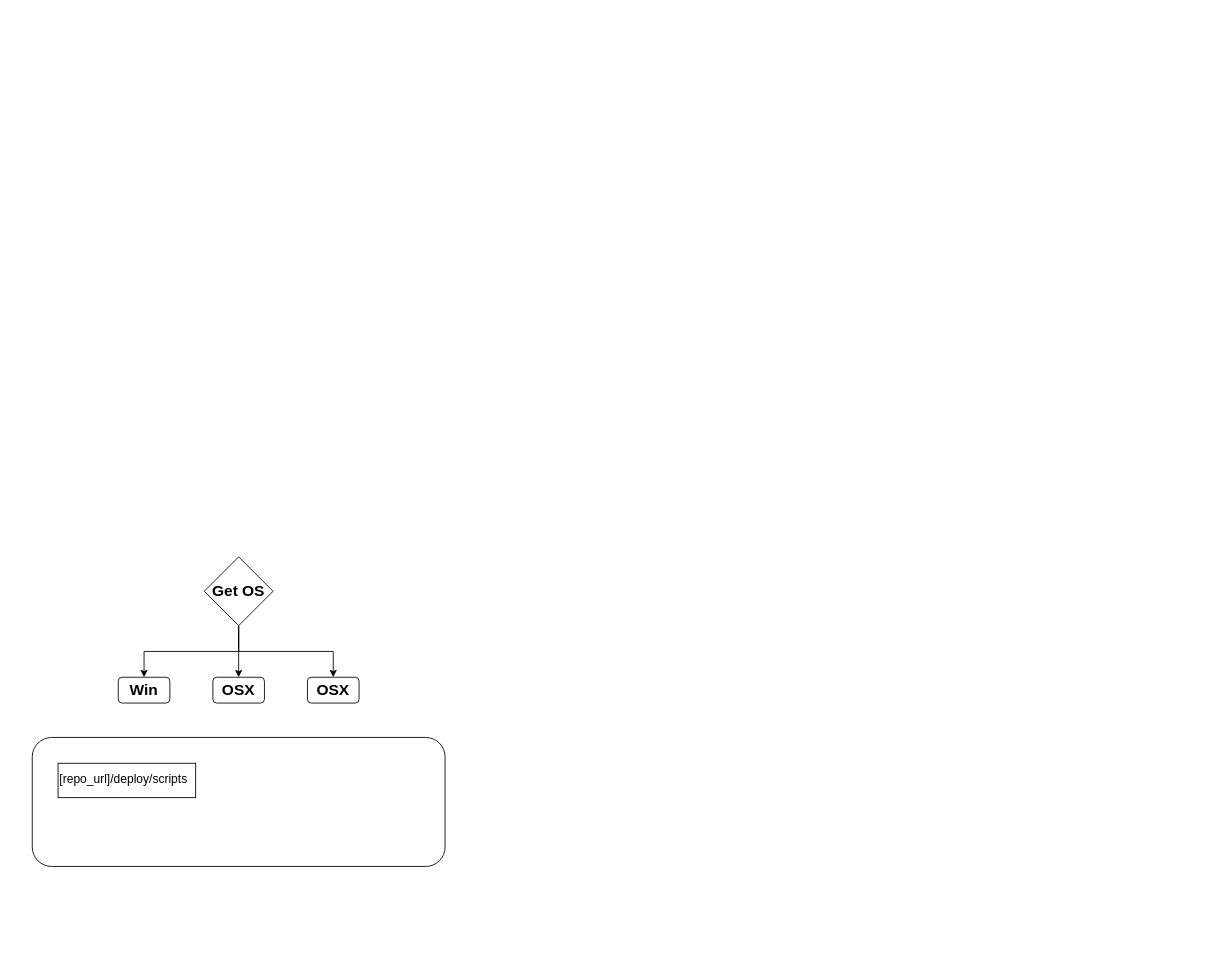
The draw.io diagram draw.io/DeploymentMethodology.drawio in jay13jay/Diagrams, before the edit. Source tidied: cells renumbered, new cells numbered last; positions are measured from the earlier drawing's top-left corner, leaving out a move shared by most shapes. Both pictures are drawn from the tidied source at 86%, with x=0, y=0 at pixel (32, 556).
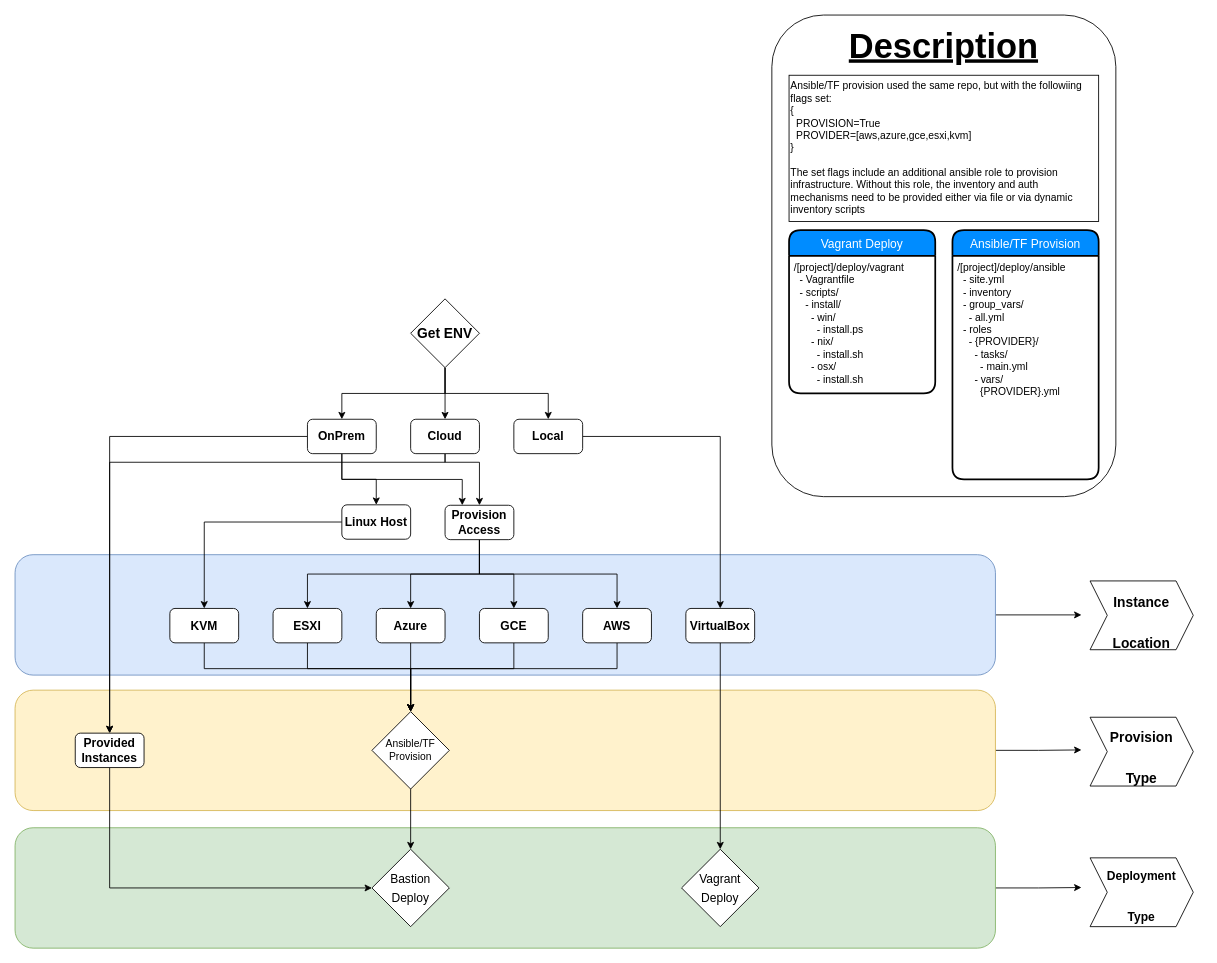
The same page after the edit.

The edit, as a diff of the source:
```diff
@@
-    <mxCell id="2" style="rounded=1;whiteSpace=wrap;html=1;fontSize=18;" parent="1" vertex="1">
-      <mxGeometry y="210" width="480" height="150" as="geometry" />
-    </mxCell>
-    <mxCell id="3" style="edgeStyle=orthogonalEdgeStyle;rounded=0;jettySize=auto;html=1;exitX=0.5;exitY=1;exitDx=0;exitDy=0;entryX=0.5;entryY=0;entryDx=0;entryDy=0;fontSize=18;" parent="1" edge="1" source="6" target="7">
-      <mxGeometry relative="1" as="geometry" />
-    </mxCell>
-    <mxCell id="4" style="edgeStyle=orthogonalEdgeStyle;rounded=0;jettySize=auto;html=1;exitX=0.5;exitY=1;exitDx=0;exitDy=0;entryX=0.5;entryY=0;entryDx=0;entryDy=0;fontSize=18;" parent="1" edge="1" source="6" target="8">
-      <mxGeometry relative="1" as="geometry" />
-    </mxCell>
-    <mxCell id="5" style="edgeStyle=orthogonalEdgeStyle;rounded=0;jettySize=auto;html=1;exitX=0.5;exitY=1;exitDx=0;exitDy=0;entryX=0.5;entryY=0;entryDx=0;entryDy=0;fontSize=18;" parent="1" edge="1" source="6" target="9">
-      <mxGeometry relative="1" as="geometry" />
-    </mxCell>
-    <mxCell id="6" value="&lt;font style=&quot;font-size: 18px&quot;&gt;Get OS&lt;br style=&quot;font-size: 18px;&quot;&gt;&lt;/font&gt;" style="rhombus;whiteSpace=wrap;html=1;fontSize=18;fontStyle=1;" parent="1" vertex="1">
-      <mxGeometry x="200" width="80" height="80" as="geometry" />
-    </mxCell>
-    <mxCell id="7" value="&lt;font style=&quot;font-size: 18px&quot;&gt;Win&lt;/font&gt;" style="rounded=1;whiteSpace=wrap;html=1;fontSize=18;fontStyle=1;" parent="1" vertex="1">
-      <mxGeometry x="100" y="140" width="60" height="30" as="geometry" />
-    </mxCell>
-    <mxCell id="8" value="&lt;font style=&quot;font-size: 18px;&quot;&gt;OSX&lt;/font&gt;" style="rounded=1;whiteSpace=wrap;html=1;fontSize=18;fontStyle=1;" parent="1" vertex="1">
-      <mxGeometry x="210" y="140" width="60" height="30" as="geometry" />
-    </mxCell>
-    <mxCell id="9" value="&lt;font style=&quot;font-size: 18px;&quot;&gt;OSX&lt;/font&gt;" style="rounded=1;whiteSpace=wrap;html=1;fontSize=18;fontStyle=1;" parent="1" vertex="1">
-      <mxGeometry x="320" y="140" width="60" height="30" as="geometry" />
-    </mxCell>
-    <mxCell id="10" value="&lt;font style=&quot;font-size: 14px&quot;&gt;[repo_url]&lt;/font&gt;&lt;font style=&quot;font-size: 14px&quot;&gt;/deploy/scripts&lt;/font&gt;" style="rounded=0;whiteSpace=wrap;html=1;fontSize=18;verticalAlign=top;align=left;" parent="1" vertex="1">
-      <mxGeometry x="30" y="240" width="160" height="40" as="geometry" />
-    </mxCell>
+    <mxCell id="11" style="edgeStyle=orthogonalEdgeStyle;rounded=0;jettySize=auto;html=1;exitX=1;exitY=0.5;exitDx=0;exitDy=0;entryX=0;entryY=0.5;entryDx=0;entryDy=0;fontSize=40;" parent="1" edge="1" source="12" target="63">
+      <mxGeometry relative="1" as="geometry" />
+    </mxCell>
+    <mxCell id="12" style="rounded=1;whiteSpace=wrap;html=1;fontSize=40;align=left;fillColor=#dae8fc;strokeColor=#6c8ebf;" parent="1" vertex="1">
+      <mxGeometry x="-20" y="-2.5" width="1140" height="140" as="geometry" />
+    </mxCell>
+    <mxCell id="13" style="edgeStyle=orthogonalEdgeStyle;rounded=0;jettySize=auto;html=1;exitX=1;exitY=0.5;exitDx=0;exitDy=0;entryX=0;entryY=0.5;entryDx=0;entryDy=0;fontSize=40;" parent="1" edge="1" source="14" target="65">
+      <mxGeometry relative="1" as="geometry" />
+    </mxCell>
+    <mxCell id="14" style="rounded=1;whiteSpace=wrap;html=1;fontSize=40;align=left;fillColor=#fff2cc;strokeColor=#d6b656;" parent="1" vertex="1">
+      <mxGeometry x="-20" y="155" width="1140" height="140" as="geometry" />
+    </mxCell>
+    <mxCell id="15" style="edgeStyle=orthogonalEdgeStyle;rounded=0;jettySize=auto;html=1;exitX=1;exitY=0.5;exitDx=0;exitDy=0;entryX=0;entryY=0.5;entryDx=0;entryDy=0;fontSize=40;" parent="1" edge="1" source="16" target="67">
+      <mxGeometry relative="1" as="geometry" />
+    </mxCell>
+    <mxCell id="16" style="rounded=1;whiteSpace=wrap;html=1;fontSize=40;align=left;fillColor=#d5e8d4;strokeColor=#82b366;" parent="1" vertex="1">
+      <mxGeometry x="-20" y="315" width="1140" height="140" as="geometry" />
+    </mxCell>
+    <mxCell id="17" style="rounded=1;whiteSpace=wrap;html=1;fontSize=12;align=left;" parent="1" vertex="1">
+      <mxGeometry x="860" y="-630" width="400" height="560" as="geometry" />
+    </mxCell>
+    <mxCell id="18" style="edgeStyle=orthogonalEdgeStyle;rounded=0;jettySize=auto;html=1;exitX=0.5;exitY=1;exitDx=0;exitDy=0;entryX=0.5;entryY=0;entryDx=0;entryDy=0;fontSize=18;" parent="1" edge="1" source="21" target="25">
+      <mxGeometry relative="1" as="geometry" />
+    </mxCell>
+    <mxCell id="19" style="edgeStyle=orthogonalEdgeStyle;rounded=0;jettySize=auto;html=1;exitX=0.5;exitY=1;exitDx=0;exitDy=0;entryX=0.5;entryY=0;entryDx=0;entryDy=0;fontSize=18;" parent="1" edge="1" source="21" target="28">
+      <mxGeometry relative="1" as="geometry" />
+    </mxCell>
+    <mxCell id="20" style="edgeStyle=orthogonalEdgeStyle;rounded=0;jettySize=auto;html=1;exitX=0.5;exitY=1;exitDx=0;exitDy=0;entryX=0.5;entryY=0;entryDx=0;entryDy=0;fontSize=18;" parent="1" edge="1" source="21" target="30">
+      <mxGeometry relative="1" as="geometry" />
+    </mxCell>
+    <mxCell id="21" value="&lt;font style=&quot;font-size: 16px&quot;&gt;Get ENV&lt;br&gt;&lt;/font&gt;" style="rhombus;whiteSpace=wrap;html=1;fontSize=18;fontStyle=1;" parent="1" vertex="1">
+      <mxGeometry x="440" y="-300" width="80" height="80" as="geometry" />
+    </mxCell>
+    <mxCell id="22" style="edgeStyle=orthogonalEdgeStyle;rounded=0;jettySize=auto;html=1;exitX=0.5;exitY=1;exitDx=0;exitDy=0;entryX=0.25;entryY=0;entryDx=0;entryDy=0;fontSize=40;" parent="1" edge="1" source="25" target="37">
+      <mxGeometry relative="1" as="geometry" />
+    </mxCell>
+    <mxCell id="23" style="edgeStyle=orthogonalEdgeStyle;rounded=0;jettySize=auto;html=1;exitX=0.5;exitY=1;exitDx=0;exitDy=0;entryX=0.5;entryY=0;entryDx=0;entryDy=0;fontSize=40;" parent="1" edge="1" source="25" target="49">
+      <mxGeometry relative="1" as="geometry" />
+    </mxCell>
+    <mxCell id="24" style="edgeStyle=orthogonalEdgeStyle;rounded=0;jettySize=auto;html=1;exitX=0;exitY=0.5;exitDx=0;exitDy=0;entryX=0.5;entryY=0;entryDx=0;entryDy=0;fontSize=40;" parent="1" edge="1" source="25" target="32">
+      <mxGeometry relative="1" as="geometry" />
+    </mxCell>
+    <mxCell id="25" value="OnPrem" style="rounded=1;whiteSpace=wrap;html=1;fontSize=14;fontStyle=1;" parent="1" vertex="1">
+      <mxGeometry x="320" y="-160" width="80" height="40" as="geometry" />
+    </mxCell>
+    <mxCell id="26" style="edgeStyle=orthogonalEdgeStyle;rounded=0;jettySize=auto;html=1;entryX=0.5;entryY=0;entryDx=0;entryDy=0;fontSize=40;" parent="1" edge="1" target="32">
+      <mxGeometry relative="1" as="geometry">
+        <mxPoint x="480" y="-120" as="sourcePoint" />
+        <Array as="points">
+          <mxPoint x="480" y="-120" />
+          <mxPoint x="480" y="-110" />
+          <mxPoint x="226" y="-110" />
+        </Array>
+      </mxGeometry>
+    </mxCell>
+    <mxCell id="27" style="edgeStyle=orthogonalEdgeStyle;rounded=0;jettySize=auto;html=1;exitX=0.5;exitY=1;exitDx=0;exitDy=0;entryX=0.5;entryY=0;entryDx=0;entryDy=0;fontSize=40;" parent="1" edge="1" source="28" target="37">
+      <mxGeometry relative="1" as="geometry">
+        <Array as="points">
+          <mxPoint x="480" y="-110" />
+          <mxPoint x="520" y="-110" />
+        </Array>
+      </mxGeometry>
+    </mxCell>
+    <mxCell id="28" value="Cloud" style="rounded=1;whiteSpace=wrap;html=1;fontSize=14;fontStyle=1;" parent="1" vertex="1">
+      <mxGeometry x="440" y="-160" width="80" height="40" as="geometry" />
+    </mxCell>
+    <mxCell id="29" style="edgeStyle=orthogonalEdgeStyle;rounded=0;jettySize=auto;html=1;exitX=1;exitY=0.5;exitDx=0;exitDy=0;entryX=0.5;entryY=0;entryDx=0;entryDy=0;fontSize=40;" parent="1" edge="1" source="30" target="39">
+      <mxGeometry relative="1" as="geometry" />
+    </mxCell>
+    <mxCell id="30" value="Local" style="rounded=1;whiteSpace=wrap;html=1;fontSize=14;fontStyle=1;" parent="1" vertex="1">
+      <mxGeometry x="560" y="-160" width="80" height="40" as="geometry" />
+    </mxCell>
+    <mxCell id="31" style="edgeStyle=orthogonalEdgeStyle;rounded=0;jettySize=auto;html=1;exitX=0.5;exitY=1;exitDx=0;exitDy=0;entryX=0;entryY=0.5;entryDx=0;entryDy=0;fontSize=40;" parent="1" edge="1" source="32" target="55">
+      <mxGeometry relative="1" as="geometry" />
+    </mxCell>
+    <mxCell id="32" value="Provided Instances" style="rounded=1;whiteSpace=wrap;html=1;fontSize=14;fontStyle=1;" parent="1" vertex="1">
+      <mxGeometry x="50" y="205" width="80" height="40" as="geometry" />
+    </mxCell>
+    <mxCell id="33" style="edgeStyle=orthogonalEdgeStyle;rounded=0;jettySize=auto;html=1;exitX=0.5;exitY=1;exitDx=0;exitDy=0;entryX=0.5;entryY=0;entryDx=0;entryDy=0;fontSize=13;" parent="1" edge="1" source="37" target="47">
+      <mxGeometry relative="1" as="geometry" />
+    </mxCell>
+    <mxCell id="34" style="edgeStyle=orthogonalEdgeStyle;rounded=0;jettySize=auto;html=1;fontSize=13;" parent="1" edge="1" source="37" target="43">
+      <mxGeometry relative="1" as="geometry" />
+    </mxCell>
+    <mxCell id="35" style="edgeStyle=orthogonalEdgeStyle;rounded=0;jettySize=auto;html=1;exitX=0.5;exitY=1;exitDx=0;exitDy=0;entryX=0.5;entryY=0;entryDx=0;entryDy=0;fontSize=13;" parent="1" edge="1" source="37" target="41">
+      <mxGeometry relative="1" as="geometry" />
+    </mxCell>
+    <mxCell id="36" style="edgeStyle=orthogonalEdgeStyle;rounded=0;jettySize=auto;html=1;exitX=0.5;exitY=1;exitDx=0;exitDy=0;entryX=0.5;entryY=0;entryDx=0;entryDy=0;fontSize=13;" parent="1" edge="1" source="37" target="45">
+      <mxGeometry relative="1" as="geometry" />
+    </mxCell>
+    <mxCell id="37" value="Provision Access" style="rounded=1;whiteSpace=wrap;html=1;fontSize=14;fontStyle=1;" parent="1" vertex="1">
+      <mxGeometry x="480" y="-60" width="80" height="40" as="geometry" />
+    </mxCell>
+    <mxCell id="38" style="edgeStyle=orthogonalEdgeStyle;rounded=0;jettySize=auto;html=1;exitX=0.5;exitY=1;exitDx=0;exitDy=0;entryX=0.5;entryY=0;entryDx=0;entryDy=0;fontSize=40;" parent="1" edge="1" source="39" target="52">
+      <mxGeometry relative="1" as="geometry" />
+    </mxCell>
+    <mxCell id="39" value="VirtualBox" style="rounded=1;whiteSpace=wrap;html=1;fontSize=14;fontStyle=1;" parent="1" vertex="1">
+      <mxGeometry x="760" y="60" width="80" height="40" as="geometry" />
+    </mxCell>
+    <mxCell id="40" style="edgeStyle=orthogonalEdgeStyle;rounded=0;jettySize=auto;html=1;exitX=0.5;exitY=1;exitDx=0;exitDy=0;entryX=0.5;entryY=0;entryDx=0;entryDy=0;fontSize=40;" parent="1" edge="1" source="41" target="57">
+      <mxGeometry relative="1" as="geometry">
+        <Array as="points">
+          <mxPoint x="680" y="130" />
+          <mxPoint x="440" y="130" />
+        </Array>
+      </mxGeometry>
+    </mxCell>
+    <mxCell id="41" value="AWS" style="rounded=1;whiteSpace=wrap;html=1;fontSize=14;fontStyle=1;" parent="1" vertex="1">
+      <mxGeometry x="640" y="60" width="80" height="40" as="geometry" />
+    </mxCell>
+    <mxCell id="42" style="edgeStyle=orthogonalEdgeStyle;rounded=0;jettySize=auto;html=1;exitX=0.5;exitY=1;exitDx=0;exitDy=0;entryX=0.5;entryY=0;entryDx=0;entryDy=0;fontSize=40;" parent="1" edge="1" source="43" target="57">
+      <mxGeometry relative="1" as="geometry">
+        <Array as="points">
+          <mxPoint x="560" y="130" />
+          <mxPoint x="440" y="130" />
+        </Array>
+      </mxGeometry>
+    </mxCell>
+    <mxCell id="43" value="GCE" style="rounded=1;whiteSpace=wrap;html=1;fontSize=14;fontStyle=1;" parent="1" vertex="1">
+      <mxGeometry x="520" y="60" width="80" height="40" as="geometry" />
+    </mxCell>
+    <mxCell id="44" style="edgeStyle=orthogonalEdgeStyle;rounded=0;jettySize=auto;html=1;exitX=0.5;exitY=1;exitDx=0;exitDy=0;entryX=0.5;entryY=0;entryDx=0;entryDy=0;fontSize=40;" parent="1" edge="1" source="45" target="57">
+      <mxGeometry relative="1" as="geometry" />
+    </mxCell>
+    <mxCell id="45" value="Azure" style="rounded=1;whiteSpace=wrap;html=1;fontSize=14;fontStyle=1;" parent="1" vertex="1">
+      <mxGeometry x="400" y="60" width="80" height="40" as="geometry" />
+    </mxCell>
+    <mxCell id="46" style="edgeStyle=orthogonalEdgeStyle;rounded=0;jettySize=auto;html=1;exitX=0.5;exitY=1;exitDx=0;exitDy=0;entryX=0.5;entryY=0;entryDx=0;entryDy=0;fontSize=40;" parent="1" edge="1" source="47" target="57">
+      <mxGeometry relative="1" as="geometry">
+        <Array as="points">
+          <mxPoint x="320" y="130" />
+          <mxPoint x="440" y="130" />
+        </Array>
+      </mxGeometry>
+    </mxCell>
+    <mxCell id="47" value="ESXI" style="rounded=1;whiteSpace=wrap;html=1;fontSize=14;fontStyle=1;" parent="1" vertex="1">
+      <mxGeometry x="280" y="60" width="80" height="40" as="geometry" />
+    </mxCell>
+    <mxCell id="48" style="edgeStyle=orthogonalEdgeStyle;rounded=0;jettySize=auto;html=1;exitX=0;exitY=0.5;exitDx=0;exitDy=0;entryX=0.5;entryY=0;entryDx=0;entryDy=0;fontSize=14;" parent="1" edge="1" source="49" target="51">
+      <mxGeometry relative="1" as="geometry" />
+    </mxCell>
+    <mxCell id="49" value="Linux Host" style="rounded=1;whiteSpace=wrap;html=1;fontSize=14;fontStyle=1;" parent="1" vertex="1">
+      <mxGeometry x="360" y="-60.5" width="80" height="40" as="geometry" />
+    </mxCell>
+    <mxCell id="50" style="edgeStyle=orthogonalEdgeStyle;rounded=0;jettySize=auto;html=1;exitX=0.5;exitY=1;exitDx=0;exitDy=0;entryX=0.5;entryY=0;entryDx=0;entryDy=0;fontSize=40;" parent="1" edge="1" source="51" target="57">
+      <mxGeometry relative="1" as="geometry">
+        <Array as="points">
+          <mxPoint x="200" y="130" />
+          <mxPoint x="440" y="130" />
+        </Array>
+      </mxGeometry>
+    </mxCell>
+    <mxCell id="51" value="KVM" style="rounded=1;whiteSpace=wrap;html=1;fontSize=14;fontStyle=1;" parent="1" vertex="1">
+      <mxGeometry x="160" y="60" width="80" height="40" as="geometry" />
+    </mxCell>
+    <mxCell id="52" value="&lt;font style=&quot;font-size: 14px&quot;&gt;Vagrant Deploy&lt;br&gt;&lt;/font&gt;" style="rhombus;whiteSpace=wrap;html=1;fontSize=18;fontStyle=0;" parent="1" vertex="1">
+      <mxGeometry x="755" y="340" width="90" height="90" as="geometry" />
+    </mxCell>
+    <mxCell id="53" value="Vagrant Deploy" style="swimlane;horizontal=1;startSize=30;fillColor=#008cff;fontColor=#FFFFFF;rounded=1;fontSize=14;fontStyle=0;strokeWidth=2;shadow=0;dashed=0;align=center;" parent="1" vertex="1">
+      <mxGeometry x="880" y="-380" width="170" height="190" as="geometry" />
+    </mxCell>
+    <mxCell id="54" value="/[project]/deploy/vagrant&lt;br&gt;&amp;nbsp; - Vagrantfile&lt;br&gt;&amp;nbsp; - scripts/&lt;br&gt;&amp;nbsp;&amp;nbsp;&amp;nbsp; - install/&lt;br&gt;&amp;nbsp;&amp;nbsp;&amp;nbsp;&amp;nbsp;&amp;nbsp; - win/&lt;br&gt;&amp;nbsp;&amp;nbsp;&amp;nbsp;&amp;nbsp;&amp;nbsp;&amp;nbsp;&amp;nbsp; - install.ps&lt;br&gt;&amp;nbsp;&amp;nbsp;&amp;nbsp;&amp;nbsp;&amp;nbsp; - nix/&amp;nbsp;&amp;nbsp;&amp;nbsp;&amp;nbsp;&amp;nbsp;&amp;nbsp;&amp;nbsp; &lt;br&gt;&lt;div&gt;&amp;nbsp;&amp;nbsp;&amp;nbsp;&amp;nbsp;&amp;nbsp;&amp;nbsp;&amp;nbsp; - install.sh&lt;/div&gt;&lt;div&gt;&amp;nbsp;&amp;nbsp;&amp;nbsp;&amp;nbsp;&amp;nbsp; - osx/&lt;br&gt;&lt;/div&gt;&lt;div&gt;&amp;nbsp;&amp;nbsp;&amp;nbsp;&amp;nbsp;&amp;nbsp;&amp;nbsp;&amp;nbsp; - install.sh&lt;/div&gt;&lt;div&gt;&lt;br&gt;&lt;/div&gt;&lt;div&gt;&lt;br&gt;&lt;/div&gt;" style="align=left;strokeColor=none;fillColor=none;spacingLeft=4;fontSize=12;verticalAlign=top;html=1;" parent="53" vertex="1">
+      <mxGeometry y="30" width="170" height="160" as="geometry" />
+    </mxCell>
+    <mxCell id="55" value="&lt;font style=&quot;font-size: 14px&quot;&gt;Bastion Deploy&lt;br&gt;&lt;/font&gt;" style="rhombus;whiteSpace=wrap;html=1;fontSize=18;fontStyle=0;" parent="1" vertex="1">
+      <mxGeometry x="395" y="340" width="90" height="90" as="geometry" />
+    </mxCell>
+    <mxCell id="56" style="edgeStyle=orthogonalEdgeStyle;rounded=0;jettySize=auto;html=1;exitX=0.5;exitY=1;exitDx=0;exitDy=0;fontSize=40;" parent="1" edge="1" source="57" target="55">
+      <mxGeometry relative="1" as="geometry" />
+    </mxCell>
+    <mxCell id="57" value="&lt;font style=&quot;font-size: 12px;&quot;&gt;Ansible/TF Provision&lt;br style=&quot;font-size: 12px;&quot;&gt;&lt;/font&gt;" style="rhombus;whiteSpace=wrap;html=1;fontSize=12;fontStyle=0;" parent="1" vertex="1">
+      <mxGeometry x="395" y="180" width="90" height="90" as="geometry" />
+    </mxCell>
+    <mxCell id="58" value="Ansible/TF Provision" style="swimlane;horizontal=1;startSize=30;fillColor=#008cff;fontColor=#FFFFFF;rounded=1;fontSize=14;fontStyle=0;strokeWidth=2;shadow=0;dashed=0;align=center;" parent="1" vertex="1">
+      <mxGeometry x="1070" y="-380" width="170" height="290" as="geometry" />
+    </mxCell>
+    <mxCell id="59" value="/[project]/deploy/ansible&lt;br&gt;&lt;div&gt;&amp;nbsp; - site.yml&lt;/div&gt;&lt;div&gt;&amp;nbsp; - inventory&lt;br&gt;&lt;/div&gt;&lt;div&gt;&amp;nbsp; - group_vars/&lt;/div&gt;&lt;div&gt;&amp;nbsp;&amp;nbsp;&amp;nbsp; - all.yml&lt;/div&gt;&lt;div&gt;&amp;nbsp; - roles&lt;/div&gt;&lt;div&gt;&amp;nbsp;&amp;nbsp;&amp;nbsp; - {PROVIDER}/&lt;/div&gt;&lt;div&gt;&amp;nbsp;&amp;nbsp;&amp;nbsp;&amp;nbsp;&amp;nbsp; - tasks/&lt;/div&gt;&lt;div&gt;&amp;nbsp;&amp;nbsp;&amp;nbsp;&amp;nbsp;&amp;nbsp;&amp;nbsp;&amp;nbsp; - main.yml&lt;/div&gt;&lt;div&gt;&amp;nbsp;&amp;nbsp;&amp;nbsp;&amp;nbsp;&amp;nbsp; - vars/&lt;/div&gt;&lt;div&gt;&amp;nbsp;&amp;nbsp;&amp;nbsp;&amp;nbsp;&amp;nbsp;&amp;nbsp;&amp;nbsp; {PROVIDER}.yml&lt;/div&gt;&lt;div&gt;&lt;br&gt;&lt;/div&gt;&lt;div&gt;&lt;br&gt;&lt;/div&gt;&lt;div&gt;&lt;br&gt;&lt;/div&gt;&lt;div&gt;&lt;br&gt;&lt;/div&gt;" style="align=left;strokeColor=none;fillColor=none;spacingLeft=4;fontSize=12;verticalAlign=top;html=1;" parent="58" vertex="1">
+      <mxGeometry y="30" width="170" height="260" as="geometry" />
+    </mxCell>
+    <mxCell id="60" value="&lt;div&gt;Ansible/TF provision used the same repo, but with the followiing flags set:&lt;/div&gt;&lt;div&gt;{&lt;/div&gt;&lt;div&gt;&amp;nbsp; PROVISION=True&lt;/div&gt;&lt;div&gt;&amp;nbsp; PROVIDER=[aws,azure,gce,esxi,kvm] &lt;br&gt;&lt;/div&gt;&lt;div&gt;}&lt;/div&gt;&lt;div&gt;&lt;br&gt;&lt;/div&gt;&lt;div&gt;The set flags include an additional ansible role to provision infrastructure. Without this role, the inventory and auth mechanisms need to be provided either via file or via dynamic inventory scripts&lt;br&gt;&lt;/div&gt;" style="rounded=0;whiteSpace=wrap;html=1;fontSize=12;align=left;" parent="1" vertex="1">
+      <mxGeometry x="880" y="-560" width="360" height="170" as="geometry" />
+    </mxCell>
+    <mxCell id="61" value="Description" style="text;html=1;strokeColor=none;fillColor=none;align=center;verticalAlign=middle;whiteSpace=wrap;rounded=0;fontSize=40;fontStyle=5;" parent="1" vertex="1">
+      <mxGeometry x="910" y="-620" width="300" height="50" as="geometry" />
+    </mxCell>
+    <mxCell id="62" style="shape=step;perimeter=stepPerimeter;whiteSpace=wrap;html=1;fixedSize=1;fontSize=40;align=left;" parent="1" vertex="1">
+      <mxGeometry x="1230" y="28" width="120" height="80" as="geometry" />
+    </mxCell>
+    <mxCell id="63" value="&lt;p style=&quot;line-height: 110%&quot;&gt;&lt;/p&gt;&lt;div align=&quot;center&quot;&gt;&lt;b&gt;&lt;font style=&quot;font-size: 16px&quot;&gt;Instance&lt;/font&gt;&lt;/b&gt;&lt;/div&gt;&lt;div align=&quot;center&quot;&gt;&lt;b&gt;&lt;font style=&quot;font-size: 16px ; line-height: 90%&quot;&gt;Location&lt;/font&gt;&lt;br&gt;&lt;/b&gt;&lt;/div&gt;&lt;p&gt;&lt;/p&gt;" style="text;html=1;strokeColor=none;fillColor=none;align=center;verticalAlign=middle;whiteSpace=wrap;rounded=0;fontSize=40;" parent="1" vertex="1">
+      <mxGeometry x="1220" y="32.5" width="140" height="70" as="geometry" />
+    </mxCell>
+    <mxCell id="64" style="shape=step;perimeter=stepPerimeter;whiteSpace=wrap;html=1;fixedSize=1;fontSize=40;align=left;" parent="1" vertex="1">
+      <mxGeometry x="1230" y="186.5" width="120" height="80" as="geometry" />
+    </mxCell>
+    <mxCell id="65" value="&lt;p style=&quot;line-height: 110%&quot;&gt;&lt;/p&gt;&lt;div align=&quot;center&quot;&gt;&lt;b&gt;&lt;font style=&quot;font-size: 16px&quot;&gt;Provision&lt;/font&gt;&lt;/b&gt;&lt;/div&gt;&lt;div align=&quot;center&quot;&gt;&lt;b&gt;&lt;font style=&quot;font-size: 16px&quot;&gt;Type&lt;/font&gt;&lt;/b&gt;&lt;/div&gt;&lt;p&gt;&lt;/p&gt;" style="text;html=1;strokeColor=none;fillColor=none;align=center;verticalAlign=middle;whiteSpace=wrap;rounded=0;fontSize=40;" parent="1" vertex="1">
+      <mxGeometry x="1220" y="189.5" width="140" height="70" as="geometry" />
+    </mxCell>
+    <mxCell id="66" style="shape=step;perimeter=stepPerimeter;whiteSpace=wrap;html=1;fixedSize=1;fontSize=40;align=left;" parent="1" vertex="1">
+      <mxGeometry x="1230" y="350" width="120" height="80" as="geometry" />
+    </mxCell>
+    <mxCell id="67" value="&lt;div&gt;&lt;font style=&quot;font-size: 14px&quot;&gt;&lt;b&gt;Deployment&lt;/b&gt;&lt;/font&gt;&lt;/div&gt;&lt;div&gt;&lt;font style=&quot;font-size: 14px&quot;&gt;&lt;b&gt; Type&lt;/b&gt;&lt;/font&gt;&lt;/div&gt;" style="text;html=1;strokeColor=none;fillColor=none;align=center;verticalAlign=middle;whiteSpace=wrap;rounded=0;fontSize=40;" parent="1" vertex="1">
+      <mxGeometry x="1220" y="349.5" width="140" height="70" as="geometry" />
+    </mxCell>
```
